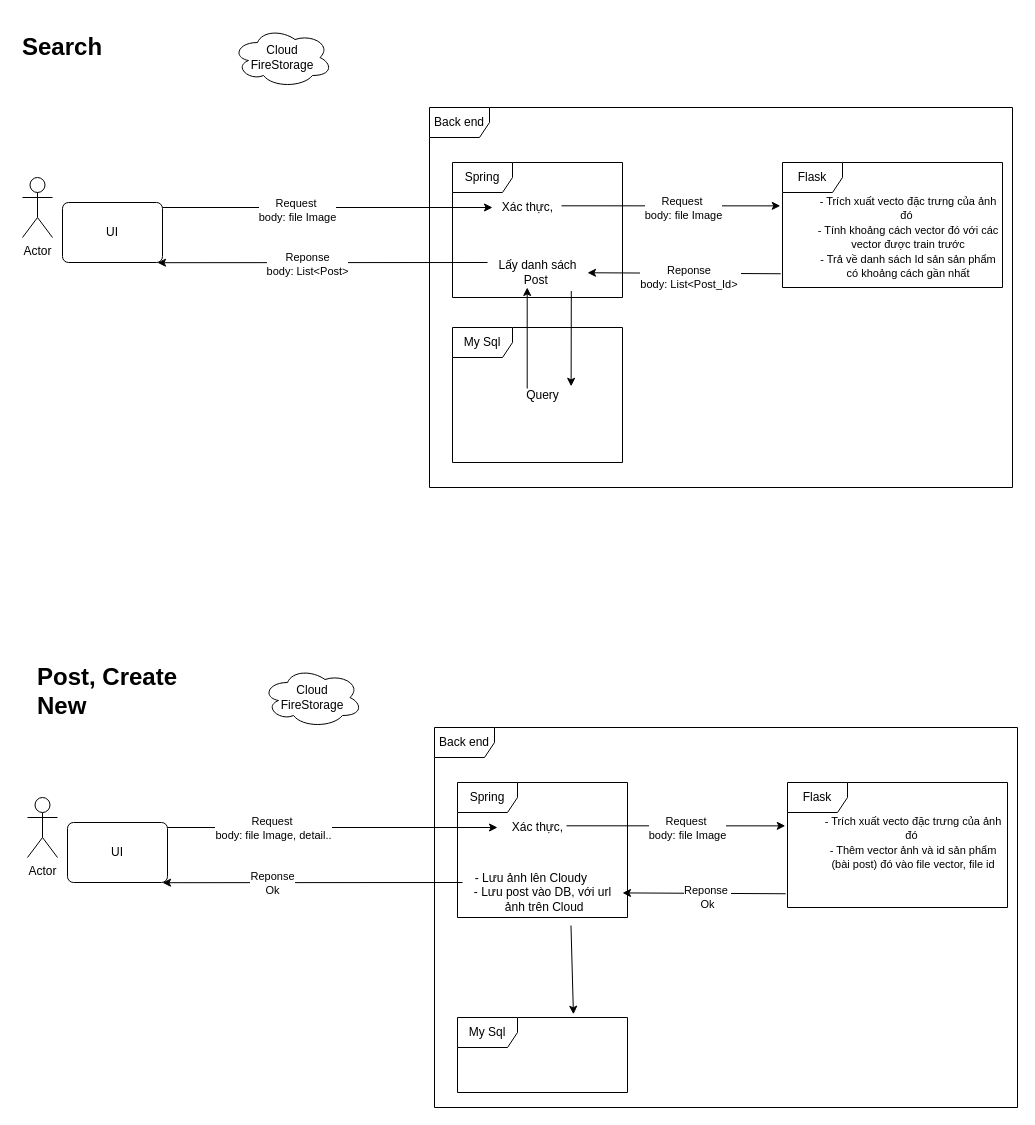
Earlier version of the draw.io diagram page "Trang-2" (2 of 6) of Document/ERD.drawio (DO-AN-TOT-NGHIEP-LQV/DATNv1). Source tidied: cells renumbered, new cells numbered last; positions are measured from the earlier drawing's top-left corner, leaving out a move shared by most shapes. Both pictures are drawn from the tidied source at 100%, with x=0, y=0 at pixel (17, 27).
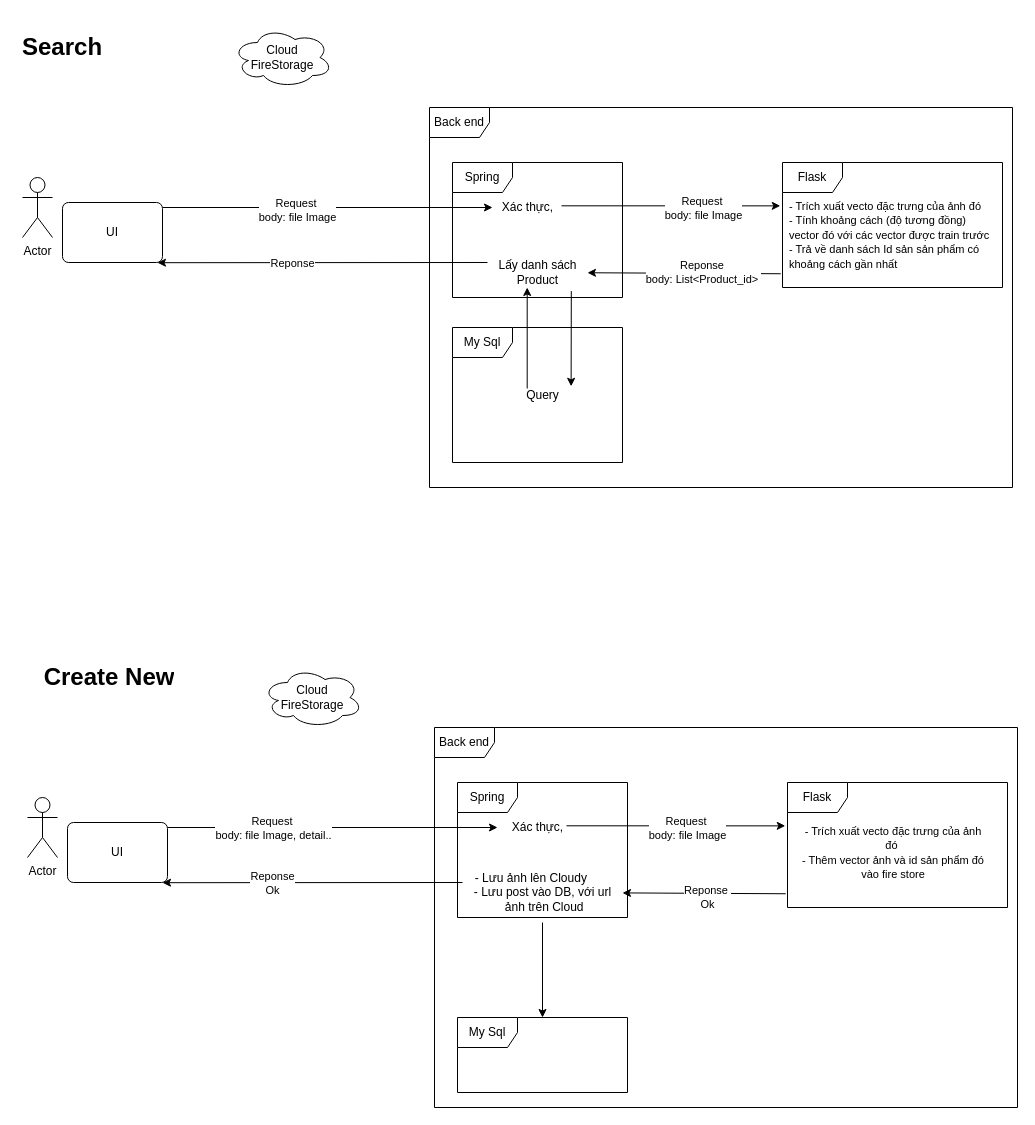
The same diagram, later.

Unchanged cells that the change refers to:
```xml
<mxCell id="11" style="endArrow=classic;html=1;rounded=0;exitX=0.986;exitY=0.444;exitDx=0;exitDy=0;entryX=-0.01;entryY=0.347;entryDx=0;entryDy=0;entryPerimeter=0;exitPerimeter=0;" parent="1" edge="1" source="10" target="8">
  <mxGeometry relative="1" as="geometry" />
</mxCell>
<mxCell id="15" style="endArrow=classic;html=1;rounded=0;exitX=-0.008;exitY=0.89;exitDx=0;exitDy=0;exitPerimeter=0;" parent="1" edge="1" source="8" target="17">
  <mxGeometry relative="1" as="geometry" />
</mxCell>
<mxCell id="21" style="endArrow=classic;html=1;rounded=0;exitX=1;exitY=0.5;exitDx=0;exitDy=0;" parent="1" edge="1">
  <mxGeometry relative="1" as="geometry">
    <mxPoint x="470" y="235" as="sourcePoint" />
    <mxPoint x="140" y="235.2" as="targetPoint" />
  </mxGeometry>
</mxCell>
<mxCell id="31" value="My Sql" style="shape=umlFrame;whiteSpace=wrap;html=1;" parent="1" vertex="1">
  <mxGeometry x="440" y="990" width="170" height="75" as="geometry" />
</mxCell>
<mxCell id="38" value="- Lưu ảnh lên Cloudy&amp;nbsp; &amp;nbsp; &amp;nbsp; &amp;nbsp;&lt;br&gt;- Lưu post vào DB, với url&lt;br&gt;&amp;nbsp;ảnh trên Cloud" style="text;html=1;align=center;verticalAlign=middle;points=[];strokeColor=none;fillColor=none;" parent="1" vertex="1">
  <mxGeometry x="445" y="835" width="160" height="60" as="geometry" />
</mxCell>
```

What changed in the source:
```diff
@@
     <mxCell id="12" value="Request&amp;nbsp;&lt;br&gt;body: file Image" style="edgeLabel;html=1;align=center;verticalAlign=middle;" parent="11" vertex="1">
       <mxGeometry x="-0.19" y="-2" relative="1" as="geometry">
-        <mxPoint x="32" as="offset" />
+        <mxPoint x="52" as="offset" />
       </mxGeometry>
     </mxCell>
-    <mxCell id="13" value="&lt;div style=&quot;text-align: center;&quot;&gt;&lt;span style=&quot;font-size: 11px; background-color: rgb(255, 255, 255);&quot;&gt;- Trích xuất vecto đặc trưng của ảnh đó&amp;nbsp;&lt;br&gt;- Tính khoảng cách vector đó với các vector được train trước&lt;br&gt;- Trả về danh sách Id sản sản phẩm có khoảng cách gần nhất&lt;/span&gt;&lt;/div&gt;&lt;div style=&quot;text-align: center;&quot;&gt;&lt;span style=&quot;font-size: 11px; background-color: rgb(255, 255, 255);&quot;&gt;&lt;br&gt;&lt;/span&gt;&lt;/div&gt;" style="text;whiteSpace=wrap;html=1;" parent="1" vertex="1">
-      <mxGeometry x="795" y="160" width="190" height="90" as="geometry" />
+    <mxCell id="13" value="&lt;div style=&quot;&quot;&gt;&lt;span style=&quot;font-size: 11px; background-color: rgb(255, 255, 255);&quot;&gt;- Trích xuất vecto đặc trưng của ảnh đó&amp;nbsp;&lt;br&gt;- Tính khoảng cách (độ tương đồng) vector đó với các vector được train trước&lt;br&gt;- Trả về danh sách Id sản sản phẩm có khoảng cách gần nhất&lt;/span&gt;&lt;/div&gt;&lt;div style=&quot;&quot;&gt;&lt;span style=&quot;font-size: 11px; background-color: rgb(255, 255, 255);&quot;&gt;&lt;br&gt;&lt;/span&gt;&lt;/div&gt;" style="text;whiteSpace=wrap;html=1;align=left;" parent="1" vertex="1">
+      <mxGeometry x="770" y="165" width="205" height="90" as="geometry" />
     </mxCell>
@@
-    <mxCell id="16" value="Reponse&amp;nbsp;&lt;br&gt;body: List&amp;lt;Post_Id&amp;gt;&amp;nbsp;" style="edgeLabel;html=1;align=center;verticalAlign=middle;" parent="15" vertex="1">
+    <mxCell id="16" value="Reponse&amp;nbsp;&lt;br&gt;body: List&amp;lt;Product_id&amp;gt;&amp;nbsp;" style="edgeLabel;html=1;align=center;verticalAlign=middle;" parent="15" vertex="1">
       <mxGeometry x="-0.19" y="-2" relative="1" as="geometry">
-        <mxPoint x="-13" y="6" as="offset" />
+        <mxPoint y="1" as="offset" />
       </mxGeometry>
     </mxCell>
-    <mxCell id="17" value="Lấy danh sách&lt;br&gt;Post&amp;nbsp;" style="text;html=1;align=center;verticalAlign=middle;points=[];strokeColor=none;fillColor=none;" parent="1" vertex="1">
+    <mxCell id="17" value="Lấy danh sách&lt;br&gt;Product" style="text;html=1;align=center;verticalAlign=middle;points=[];strokeColor=none;fillColor=none;" parent="1" vertex="1">
       <mxGeometry x="470" y="225" width="100" height="40" as="geometry" />
     </mxCell>
@@
-    <mxCell id="22" value="Reponse&lt;br&gt;body: List&amp;lt;Post&amp;gt;" style="edgeLabel;html=1;align=center;verticalAlign=middle;" parent="21" vertex="1">
+    <mxCell id="22" value="Reponse&lt;br&gt;" style="edgeLabel;html=1;align=center;verticalAlign=middle;" parent="21" vertex="1">
       <mxGeometry x="-0.19" y="-2" relative="1" as="geometry">
-        <mxPoint x="-46" y="3" as="offset" />
+        <mxPoint x="-61" y="2" as="offset" />
       </mxGeometry>
     </mxCell>
@@
-    <mxCell id="34" value="&lt;div style=&quot;text-align: center;&quot;&gt;&lt;span style=&quot;font-size: 11px; background-color: rgb(255, 255, 255);&quot;&gt;- Trích xuất vecto đặc trưng của ảnh đó&amp;nbsp;&lt;br&gt;- Thêm vector ảnh và id sản phẩm (bài post) đó vào file vector, file id&lt;/span&gt;&lt;/div&gt;&lt;div style=&quot;text-align: center;&quot;&gt;&lt;span style=&quot;font-size: 11px; background-color: rgb(255, 255, 255);&quot;&gt;&lt;br&gt;&lt;/span&gt;&lt;/div&gt;" style="text;whiteSpace=wrap;html=1;" parent="1" vertex="1">
-      <mxGeometry x="800" y="780" width="190" height="90" as="geometry" />
+    <mxCell id="34" value="&lt;div style=&quot;text-align: center;&quot;&gt;&lt;span style=&quot;font-size: 11px; background-color: rgb(255, 255, 255);&quot;&gt;- Trích xuất vecto đặc trưng của ảnh đó&amp;nbsp;&lt;br&gt;- Thêm vector ảnh và id sản phẩm đó vào fire store&lt;/span&gt;&lt;/div&gt;&lt;div style=&quot;text-align: center;&quot;&gt;&lt;span style=&quot;font-size: 11px; background-color: rgb(255, 255, 255);&quot;&gt;&lt;br&gt;&lt;/span&gt;&lt;/div&gt;" style="text;whiteSpace=wrap;html=1;" parent="1" vertex="1">
+      <mxGeometry x="780" y="790" width="190" height="90" as="geometry" />
     </mxCell>
@@
-    <mxCell id="39" style="endArrow=classic;html=1;rounded=0;exitX=0.678;exitY=1.05;exitDx=0;exitDy=0;exitPerimeter=0;entryX=0.682;entryY=-0.043;entryDx=0;entryDy=0;entryPerimeter=0;" parent="1" edge="1" source="38" target="31">
-      <mxGeometry relative="1" as="geometry" />
+    <mxCell id="39" style="endArrow=classic;html=1;rounded=0;" parent="1" edge="1" source="38">
+      <mxGeometry relative="1" as="geometry">
+        <mxPoint x="525" y="990" as="targetPoint" />
+      </mxGeometry>
     </mxCell>
@@
-    <mxCell id="42" value="&lt;h1&gt;Post, Create New&lt;/h1&gt;" style="text;html=1;strokeColor=none;fillColor=none;spacing=5;spacingTop=-20;whiteSpace=wrap;overflow=hidden;rounded=0;" parent="1" vertex="1">
+    <mxCell id="42" value="&lt;h1&gt;&amp;nbsp;Create New&lt;/h1&gt;" style="text;html=1;strokeColor=none;fillColor=none;spacing=5;spacingTop=-20;whiteSpace=wrap;overflow=hidden;rounded=0;" parent="1" vertex="1">
       <mxGeometry x="15" y="630" width="190" height="120" as="geometry" />
     </mxCell>
```
